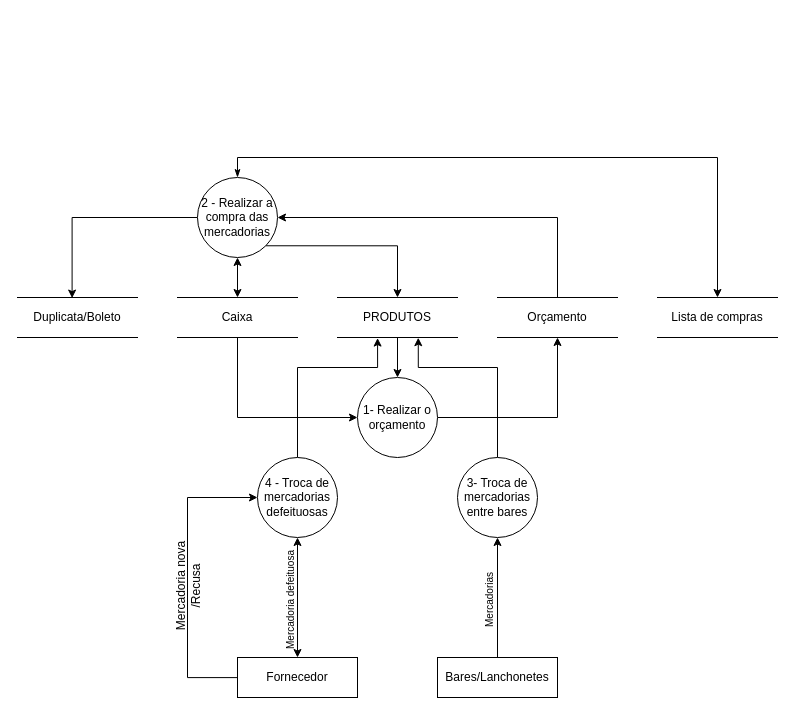
The draw.io diagram docs/ARTEFATOS(15-23)/COMPRAR_PRODUTOS/DFD_COMPRAR_PRODUTOS.drawio in Darienzo08/ope_ads, before the edit. Source tidied: cells renumbered, new cells numbered last; positions are measured from the earlier drawing's top-left corner, leaving out a move shared by most shapes. Both pictures are drawn from the tidied source at 100%, with x=0, y=0 at pixel (17, 157).
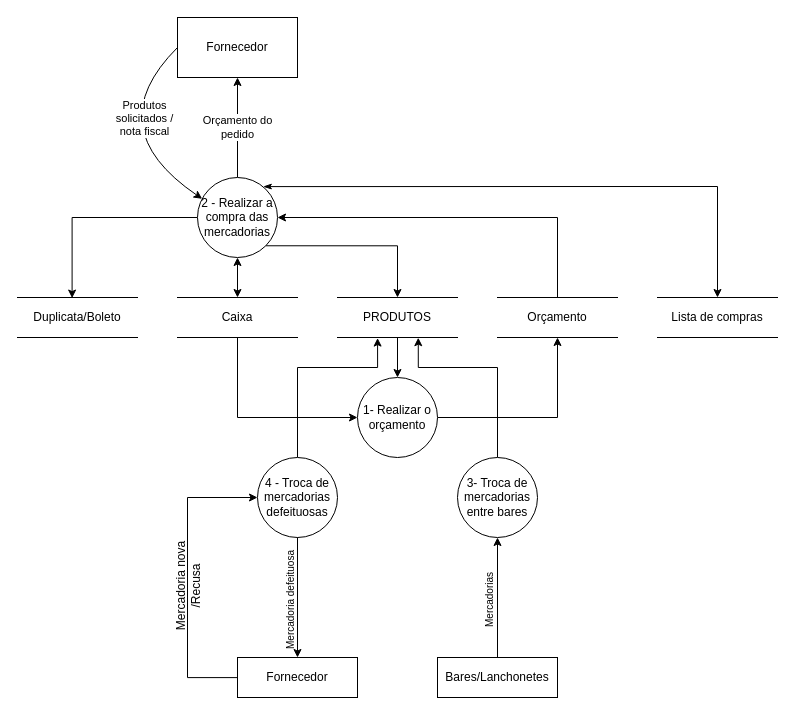
The same page after the edit.

Commit message (it also covers changes not shown here):
alteracao no dfd comprar produtos

The change refers to these unchanged cells:
```xml
<mxCell id="7" value="2 - Realizar a compra das mercadorias" style="ellipse;whiteSpace=wrap;html=1;" parent="1" vertex="1">
  <mxGeometry x="180" y="20" width="80" height="80" as="geometry" />
</mxCell>
<mxCell id="22" value="Fornecedor" style="rounded=0;whiteSpace=wrap;html=1;" parent="1" vertex="1">
  <mxGeometry x="220" y="500" width="120" height="40" as="geometry" />
</mxCell>
<mxCell id="28" value="Lista de compras" style="shape=partialRectangle;whiteSpace=wrap;html=1;left=0;right=0;fillColor=none;" parent="1" vertex="1">
  <mxGeometry x="640" y="140" width="120" height="40" as="geometry" />
</mxCell>
```

Change to the diagram source:
```diff
@@
-    <mxCell id="6" style="edgeStyle=orthogonalEdgeStyle;rounded=0;jettySize=auto;html=1;entryX=0.5;entryY=0;entryDx=0;entryDy=0;startArrow=classicThin;startFill=1;exitX=0.5;exitY=0;exitDx=0;exitDy=0;" parent="1" edge="1" source="7" target="28">
+    <mxCell id="6" style="edgeStyle=orthogonalEdgeStyle;rounded=0;jettySize=auto;html=1;entryX=0.5;entryY=0;entryDx=0;entryDy=0;startArrow=classicThin;startFill=1;exitX=0.823;exitY=0.114;exitDx=0;exitDy=0;exitPerimeter=0;" parent="1" edge="1" source="7" target="28">
       <mxGeometry relative="1" as="geometry">
         <Array as="points">
-          <mxPoint x="220" />
-          <mxPoint x="700" />
+          <mxPoint x="248" y="29" />
+          <mxPoint x="700" y="29" />
         </Array>
       </mxGeometry>
     </mxCell>
+    <mxCell id="29" value="Orçamento do&lt;br&gt;pedido" style="edgeStyle=orthogonalEdgeStyle;rounded=0;jettySize=auto;html=1;entryX=0.5;entryY=1;entryDx=0;entryDy=0;" parent="1" edge="1" source="7" target="30">
+      <mxGeometry relative="1" as="geometry" />
+    </mxCell>
@@
-    <mxCell id="21" style="edgeStyle=orthogonalEdgeStyle;rounded=0;jettySize=auto;html=1;startArrow=classic;startFill=1;" parent="1" edge="1" source="22">
+    <mxCell id="21" style="edgeStyle=orthogonalEdgeStyle;rounded=0;jettySize=auto;html=1;startArrow=classic;startFill=1;endArrow=none;endFill=0;" parent="1" edge="1" source="22">
       <mxGeometry relative="1" as="geometry">
         <mxPoint x="280" y="380" as="targetPoint" />
       </mxGeometry>
     </mxCell>
@@
+    <mxCell id="30" value="Fornecedor" style="rounded=0;whiteSpace=wrap;html=1;" parent="1" vertex="1">
+      <mxGeometry x="160" y="-140" width="120" height="60" as="geometry" />
+    </mxCell>
+    <mxCell id="31" style="curved=1;endArrow=classic;html=1;exitX=0;exitY=0.5;exitDx=0;exitDy=0;entryX=0.058;entryY=0.266;entryDx=0;entryDy=0;entryPerimeter=0;" parent="1" edge="1" source="30" target="7">
+      <mxGeometry relative="1" as="geometry">
+        <Array as="points">
+          <mxPoint x="80" y="-30" />
+        </Array>
+      </mxGeometry>
+    </mxCell>
+    <mxCell id="32" value="Produtos&lt;br&gt;solicitados / &lt;br&gt;nota fiscal" style="edgeLabel;html=1;align=center;verticalAlign=middle;" parent="31" vertex="1">
+      <mxGeometry x="-0.47" y="16" relative="1" as="geometry">
+        <mxPoint y="14" as="offset" />
+      </mxGeometry>
+    </mxCell>
```
